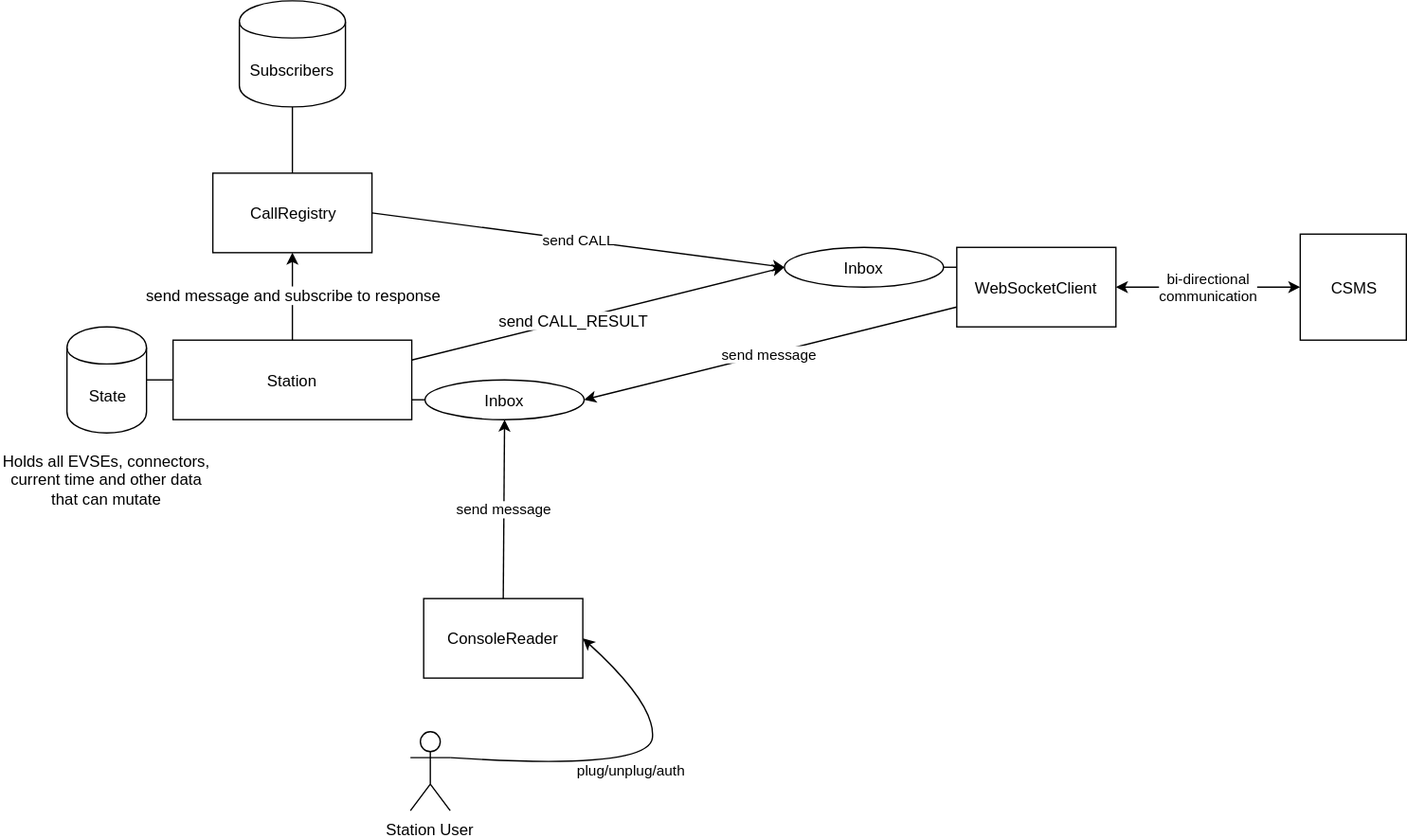
This is diagram.svg from evbox/station-simulator, a draw.io export, as it was before one commit. Source tidied: cells renumbered, new cells last; positions are measured from the earlier drawing's top-left corner, leaving out a move shared by most shapes.
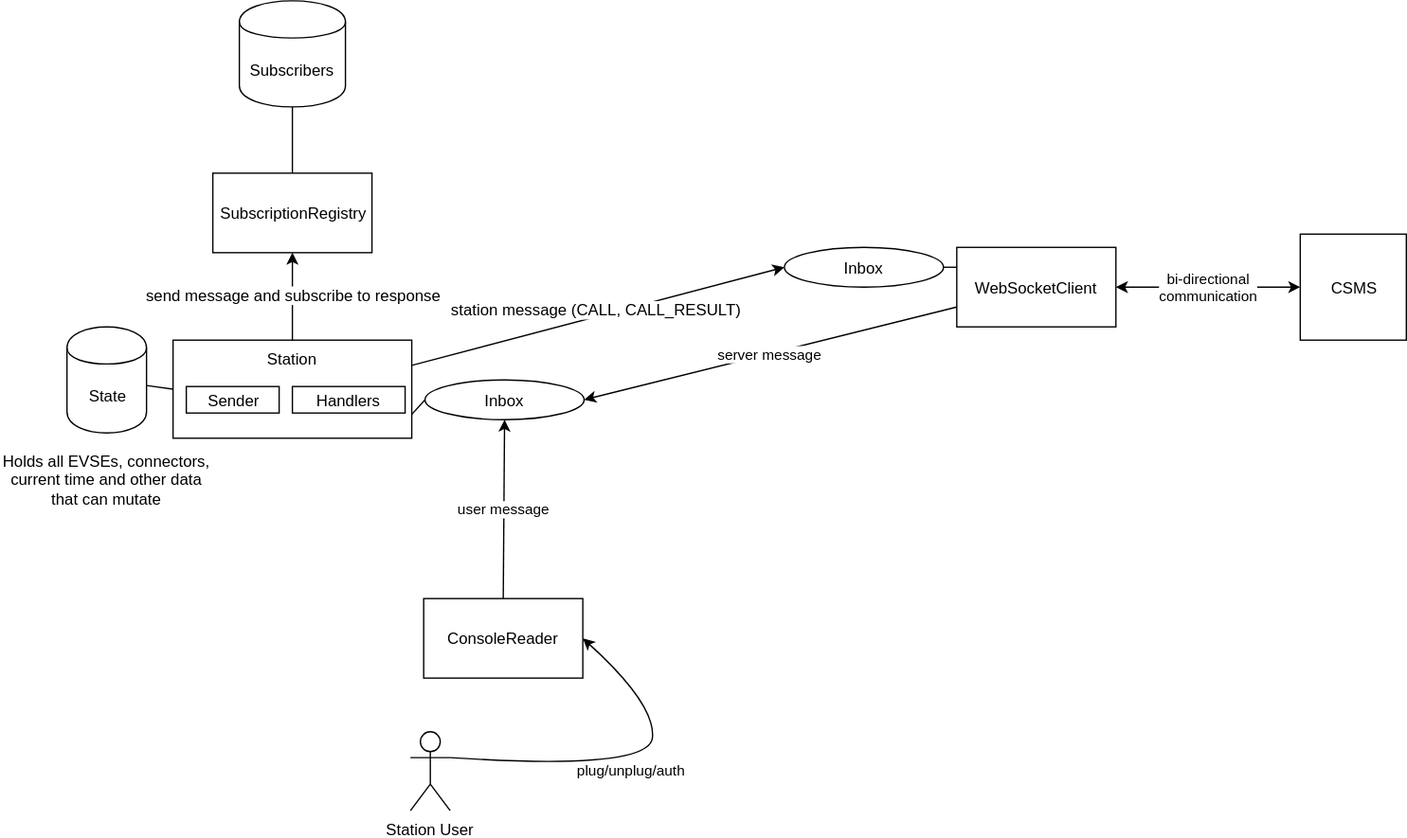
The same diagram one commit later.

Commit message:
Updated simulator diagram

Diff of the diagram source:
```diff
@@ -2,8 +2,8 @@
   <root>
     <mxCell id="0" />
     <mxCell id="1" parent="0" />
-    <mxCell id="2" value="Station&lt;br&gt;" style="rounded=0;whiteSpace=wrap;html=1;" parent="1" vertex="1">
-      <mxGeometry x="130" y="256" width="180" height="60" as="geometry" />
+    <mxCell id="2" value="Station&lt;br&gt;" style="rounded=0;whiteSpace=wrap;html=1;verticalAlign=top;" parent="1" vertex="1">
+      <mxGeometry x="130" y="256" width="180" height="74" as="geometry" />
     </mxCell>
     <mxCell id="3" value="WebSocketClient" style="rounded=0;whiteSpace=wrap;html=1;" parent="1" vertex="1">
       <mxGeometry x="721" y="186" width="120" height="60" as="geometry" />
@@ -20,13 +20,10 @@
     <mxCell id="7" style="endArrow=none;html=1;exitX=0;exitY=0.5;exitDx=0;exitDy=0;" parent="1" edge="1" source="2" target="6">
       <mxGeometry relative="1" as="geometry" />
     </mxCell>
-    <mxCell id="8" value="send CALL" style="endArrow=classic;html=1;strokeWidth=1;entryX=0;entryY=0.5;entryDx=0;entryDy=0;exitX=1;exitY=0.5;exitDx=0;exitDy=0;" parent="1" edge="1" source="18" target="5">
-      <mxGeometry relative="1" as="geometry" />
-    </mxCell>
     <mxCell id="9" style="endArrow=none;html=1;strokeWidth=1;exitX=0;exitY=0.25;exitDx=0;exitDy=0;entryX=1;entryY=0.5;entryDx=0;entryDy=0;" parent="1" edge="1" source="3" target="5">
       <mxGeometry relative="1" as="geometry" />
     </mxCell>
-    <mxCell id="10" value="send message" style="endArrow=classic;html=1;strokeWidth=1;exitX=0;exitY=0.75;exitDx=0;exitDy=0;entryX=1;entryY=0.5;entryDx=0;entryDy=0;" parent="1" edge="1" source="3" target="4">
+    <mxCell id="10" value="server message" style="endArrow=classic;html=1;strokeWidth=1;exitX=0;exitY=0.75;exitDx=0;exitDy=0;entryX=1;entryY=0.5;entryDx=0;entryDy=0;" parent="1" edge="1" source="3" target="4">
       <mxGeometry relative="1" as="geometry" />
     </mxCell>
     <mxCell id="11" value="CSMS" style="whiteSpace=wrap;html=1;" parent="1" vertex="1">
@@ -38,7 +35,7 @@
     <mxCell id="13" value="ConsoleReader" style="rounded=0;whiteSpace=wrap;html=1;" parent="1" vertex="1">
       <mxGeometry x="319" y="451" width="120" height="60" as="geometry" />
     </mxCell>
-    <mxCell id="14" value="send message" style="endArrow=classic;html=1;strokeWidth=1;exitX=0.5;exitY=0;exitDx=0;exitDy=0;entryX=0.5;entryY=1;entryDx=0;entryDy=0;" parent="1" edge="1" source="13" target="4">
+    <mxCell id="14" value="user message" style="endArrow=classic;html=1;strokeWidth=1;exitX=0.5;exitY=0;exitDx=0;exitDy=0;entryX=0.5;entryY=1;entryDx=0;entryDy=0;" parent="1" edge="1" source="13" target="4">
       <mxGeometry relative="1" as="geometry" />
     </mxCell>
     <mxCell id="15" value="Station User" style="shape=umlActor;verticalLabelPosition=bottom;labelBackgroundColor=#ffffff;verticalAlign=top;html=1;outlineConnect=0;" parent="1" vertex="1">
@@ -55,7 +52,7 @@
     <mxCell id="17" value="Subscribers" style="shape=cylinder;whiteSpace=wrap;html=1;boundedLbl=1;backgroundOutline=1;" parent="1" vertex="1">
       <mxGeometry x="180" width="80" height="80" as="geometry" />
     </mxCell>
-    <mxCell id="18" value="CallRegistry" style="rounded=0;whiteSpace=wrap;html=1;" parent="1" vertex="1">
+    <mxCell id="18" value="SubscriptionRegistry" style="rounded=0;whiteSpace=wrap;html=1;" parent="1" vertex="1">
       <mxGeometry x="160" y="130" width="120" height="60" as="geometry" />
     </mxCell>
     <mxCell id="19" style="endArrow=none;html=1;strokeWidth=1;entryX=0.5;entryY=1;entryDx=0;entryDy=0;exitX=0.5;exitY=0;exitDx=0;exitDy=0;" parent="1" edge="1" source="18" target="17">
@@ -76,8 +73,16 @@
     <mxCell id="24" style="endArrow=classic;html=1;strokeWidth=1;exitX=1;exitY=0.25;exitDx=0;exitDy=0;entryX=0;entryY=0.5;entryDx=0;entryDy=0;" parent="1" edge="1" source="2" target="5">
       <mxGeometry relative="1" as="geometry" />
     </mxCell>
-    <mxCell id="25" value="send CALL_RESULT" style="text;html=1;align=center;verticalAlign=middle;labelBackgroundColor=#ffffff;" parent="24" vertex="1">
-      <mxGeometry x="-0.13" relative="1" as="geometry" />
+    <mxCell id="25" value="station message (CALL, CALL_RESULT)" style="text;html=1;align=center;verticalAlign=middle;labelBackgroundColor=#ffffff;" parent="24" vertex="1">
+      <mxGeometry x="-0.13" relative="1" as="geometry">
+        <mxPoint x="17.5" y="-10.5" as="offset" />
+      </mxGeometry>
     </mxCell>
+    <mxCell id="26" value="Sender" style="rounded=0;whiteSpace=wrap;html=1;" parent="1" vertex="1">
+      <mxGeometry x="140" y="291" width="70" height="20" as="geometry" />
+    </mxCell>
+    <mxCell id="27" value="Handlers" style="rounded=0;whiteSpace=wrap;html=1;" parent="1" vertex="1">
+      <mxGeometry x="220" y="291" width="85" height="20" as="geometry" />
+    </mxCell>
   </root>
 </mxGraphModel>
```
